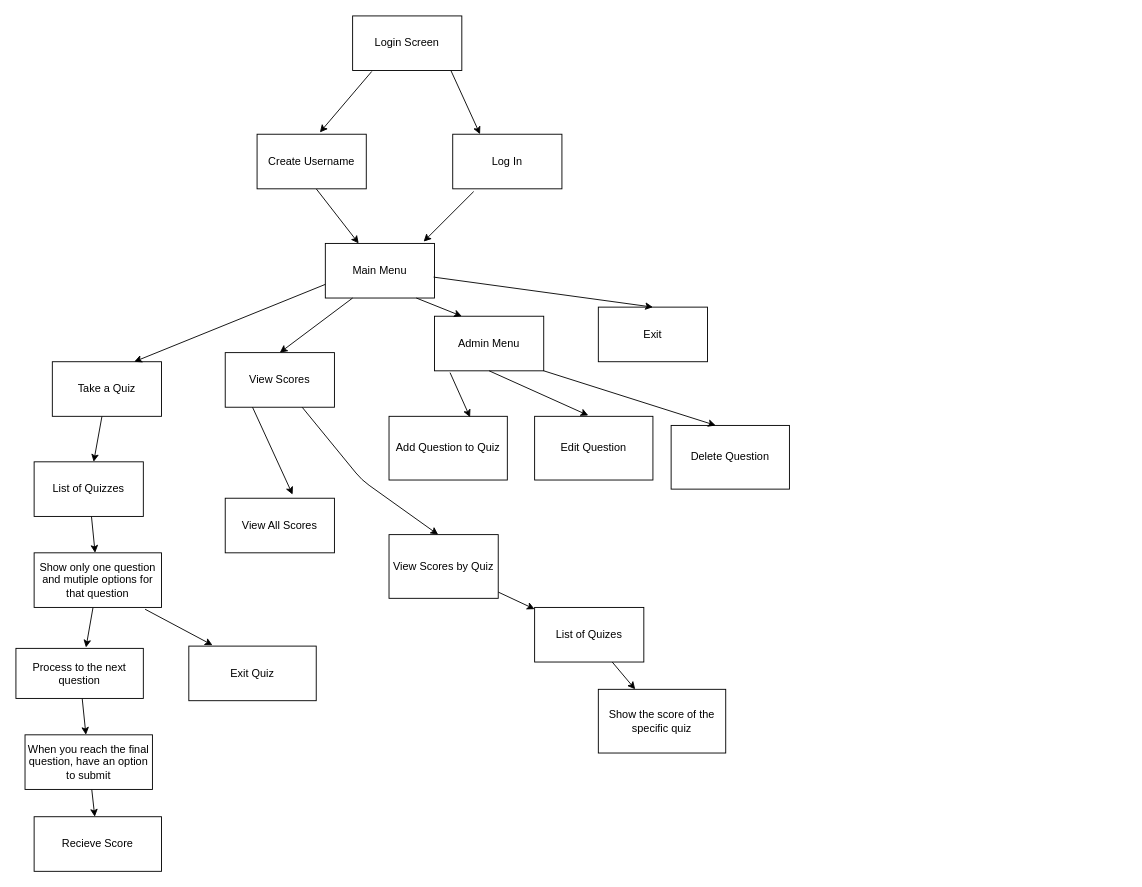
The draw.io diagram Planning/decision-tree.drawio in christopherthai/quiz-sphere, before the edit. Source tidied: cells renumbered, new cells numbered last; positions are measured from the earlier drawing's top-left corner, leaving out a move shared by most shapes. Both pictures are drawn from the tidied source at 91%, with x=0, y=0 at pixel (15, 15).
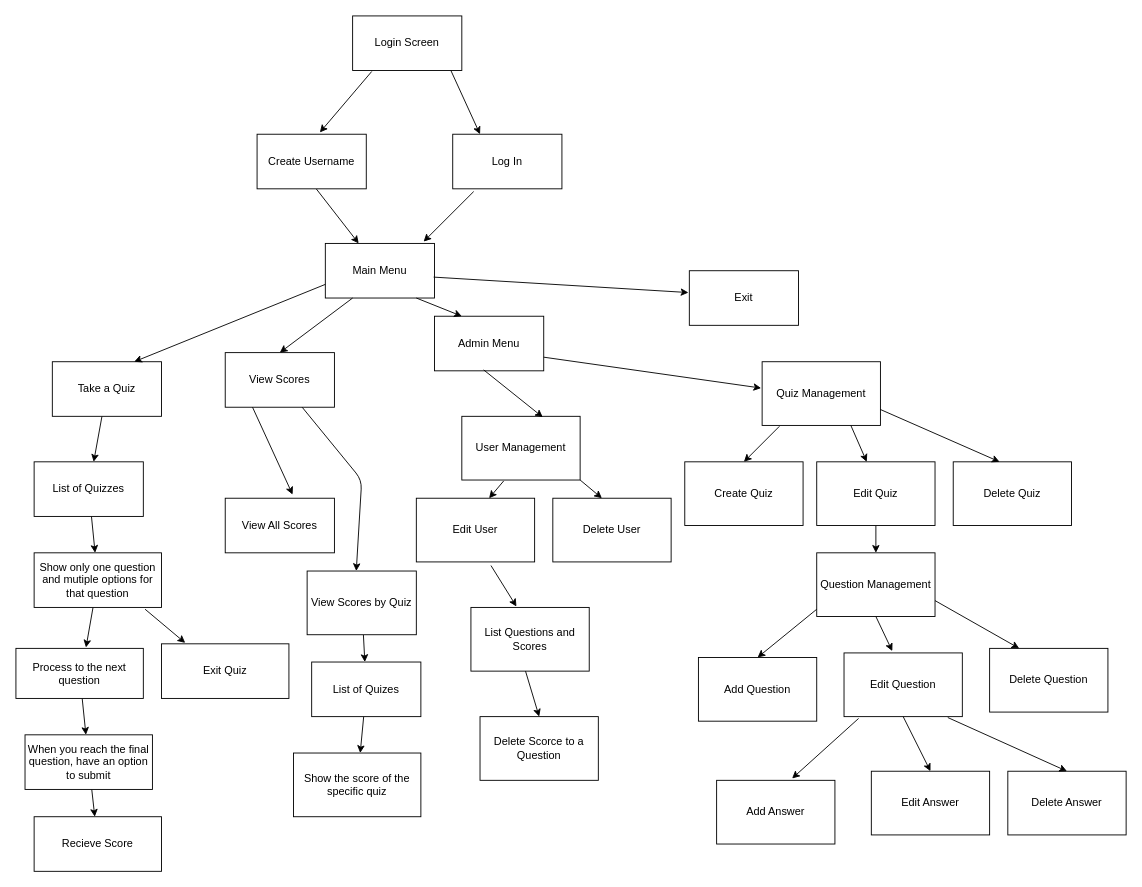
The same page after the edit.

The change refers to these unchanged cells:
```xml
<mxCell id="2" value="Main Menu" style="whiteSpace=wrap;html=1;" parent="1" vertex="1">
  <mxGeometry x="340" y="250" width="120" height="60" as="geometry" />
</mxCell>
<mxCell id="6" value="Admin Menu" style="whiteSpace=wrap;html=1;" parent="1" vertex="1">
  <mxGeometry x="460" y="330" width="120" height="60" as="geometry" />
</mxCell>
```

Change to the diagram source:
```diff
@@
     <mxCell id="9" value="Exit" style="whiteSpace=wrap;html=1;" parent="1" vertex="1">
-      <mxGeometry x="640" y="320" width="120" height="60" as="geometry" />
+      <mxGeometry x="740" y="280" width="120" height="60" as="geometry" />
     </mxCell>
@@
-    <mxCell id="13" style="edgeStyle=none;html=1;entryX=0.5;entryY=0;entryDx=0;entryDy=0;exitX=0.992;exitY=0.617;exitDx=0;exitDy=0;exitPerimeter=0;" parent="1" edge="1" source="2" target="9">
+    <mxCell id="13" style="edgeStyle=none;html=1;entryX=-0.008;entryY=0.4;entryDx=0;entryDy=0;exitX=0.992;exitY=0.617;exitDx=0;exitDy=0;exitPerimeter=0;entryPerimeter=0;" parent="1" edge="1" source="2" target="9">
       <mxGeometry relative="1" as="geometry" />
     </mxCell>
-    <mxCell id="14" value="Add Question to Quiz" style="whiteSpace=wrap;html=1;" parent="1" vertex="1">
-      <mxGeometry x="410" y="440" width="130" height="70" as="geometry" />
+    <mxCell id="14" value="User Management" style="whiteSpace=wrap;html=1;" parent="1" vertex="1">
+      <mxGeometry x="490" y="440" width="130" height="70" as="geometry" />
     </mxCell>
-    <mxCell id="15" value="Edit Question" style="whiteSpace=wrap;html=1;" parent="1" vertex="1">
-      <mxGeometry x="570" y="440" width="130" height="70" as="geometry" />
+    <mxCell id="15" value="Quiz Management" style="whiteSpace=wrap;html=1;" parent="1" vertex="1">
+      <mxGeometry x="820" y="380" width="130" height="70" as="geometry" />
     </mxCell>
-    <mxCell id="16" value="Delete Question" style="whiteSpace=wrap;html=1;" parent="1" vertex="1">
-      <mxGeometry x="720" y="450" width="130" height="70" as="geometry" />
-    </mxCell>
-    <mxCell id="17" style="edgeStyle=none;html=1;entryX=0.454;entryY=-0.014;entryDx=0;entryDy=0;entryPerimeter=0;exitX=0.5;exitY=1;exitDx=0;exitDy=0;" parent="1" edge="1" source="6" target="15">
+    <mxCell id="17" style="edgeStyle=none;html=1;entryX=-0.008;entryY=0.414;entryDx=0;entryDy=0;entryPerimeter=0;exitX=1;exitY=0.75;exitDx=0;exitDy=0;" parent="1" edge="1" source="6" target="15">
       <mxGeometry relative="1" as="geometry" />
     </mxCell>
-    <mxCell id="18" style="edgeStyle=none;html=1;entryX=0.685;entryY=0.014;entryDx=0;entryDy=0;entryPerimeter=0;exitX=0.142;exitY=1.033;exitDx=0;exitDy=0;exitPerimeter=0;" parent="1" edge="1" source="6" target="14">
-      <mxGeometry relative="1" as="geometry" />
+    <mxCell id="18" style="edgeStyle=none;html=1;exitX=0.45;exitY=0.983;exitDx=0;exitDy=0;exitPerimeter=0;" parent="1" edge="1" source="6">
+      <mxGeometry relative="1" as="geometry">
+        <mxPoint x="579" y="441" as="targetPoint" />
+      </mxGeometry>
     </mxCell>
-    <mxCell id="19" style="edgeStyle=none;html=1;entryX=0.377;entryY=0;entryDx=0;entryDy=0;entryPerimeter=0;exitX=1;exitY=1;exitDx=0;exitDy=0;" parent="1" edge="1" source="6" target="16">
-      <mxGeometry relative="1" as="geometry" />
-    </mxCell>
@@
     <mxCell id="21" value="View Scores by Quiz" style="whiteSpace=wrap;html=1;" parent="1" vertex="1">
-      <mxGeometry x="410" y="570" width="120" height="70" as="geometry" />
+      <mxGeometry x="320" y="610" width="120" height="70" as="geometry" />
     </mxCell>
@@
     <mxCell id="26" value="List of Quizes" style="whiteSpace=wrap;html=1;" parent="1" vertex="1">
-      <mxGeometry x="570" y="650" width="120" height="60" as="geometry" />
+      <mxGeometry x="325" y="710" width="120" height="60" as="geometry" />
     </mxCell>
     <mxCell id="27" value="Show the score of the specific quiz" style="whiteSpace=wrap;html=1;" parent="1" vertex="1">
-      <mxGeometry x="640" y="740" width="140" height="70" as="geometry" />
+      <mxGeometry x="305" y="810" width="140" height="70" as="geometry" />
     </mxCell>
@@
     <mxCell id="34" value="Exit Quiz" style="whiteSpace=wrap;html=1;" parent="1" vertex="1">
-      <mxGeometry x="190" y="692.5" width="140" height="60" as="geometry" />
+      <mxGeometry x="160" y="690" width="140" height="60" as="geometry" />
     </mxCell>
@@
+    <mxCell id="44" value="Delete User" style="whiteSpace=wrap;html=1;" parent="1" vertex="1">
+      <mxGeometry x="590" y="530" width="130" height="70" as="geometry" />
+    </mxCell>
+    <mxCell id="45" value="Create Quiz" style="whiteSpace=wrap;html=1;" parent="1" vertex="1">
+      <mxGeometry x="735" y="490" width="130" height="70" as="geometry" />
+    </mxCell>
+    <mxCell id="46" style="edgeStyle=none;html=1;" parent="1" edge="1" source="47" target="52">
+      <mxGeometry relative="1" as="geometry" />
+    </mxCell>
+    <mxCell id="47" value="Edit Quiz" style="whiteSpace=wrap;html=1;" parent="1" vertex="1">
+      <mxGeometry x="880" y="490" width="130" height="70" as="geometry" />
+    </mxCell>
+    <mxCell id="48" value="Delete Quiz" style="whiteSpace=wrap;html=1;" parent="1" vertex="1">
+      <mxGeometry x="1030" y="490" width="130" height="70" as="geometry" />
+    </mxCell>
+    <mxCell id="49" style="edgeStyle=none;html=1;entryX=0.5;entryY=0;entryDx=0;entryDy=0;exitX=0.146;exitY=1.014;exitDx=0;exitDy=0;exitPerimeter=0;" parent="1" edge="1" source="15" target="45">
+      <mxGeometry relative="1" as="geometry" />
+    </mxCell>
+    <mxCell id="50" style="edgeStyle=none;html=1;entryX=0.423;entryY=0;entryDx=0;entryDy=0;exitX=0.75;exitY=1;exitDx=0;exitDy=0;entryPerimeter=0;" parent="1" edge="1" source="15" target="47">
+      <mxGeometry relative="1" as="geometry" />
+    </mxCell>
+    <mxCell id="51" style="edgeStyle=none;html=1;entryX=0.392;entryY=0;entryDx=0;entryDy=0;exitX=1;exitY=0.75;exitDx=0;exitDy=0;entryPerimeter=0;" parent="1" edge="1" source="15" target="48">
+      <mxGeometry relative="1" as="geometry" />
+    </mxCell>
+    <mxCell id="52" value="Question Management" style="whiteSpace=wrap;html=1;" parent="1" vertex="1">
+      <mxGeometry x="880" y="590" width="130" height="70" as="geometry" />
+    </mxCell>
+    <mxCell id="53" value="Add Question" style="whiteSpace=wrap;html=1;" parent="1" vertex="1">
+      <mxGeometry x="750" y="705" width="130" height="70" as="geometry" />
+    </mxCell>
+    <mxCell id="54" value="Edit Question" style="whiteSpace=wrap;html=1;" parent="1" vertex="1">
+      <mxGeometry x="910" y="700" width="130" height="70" as="geometry" />
+    </mxCell>
+    <mxCell id="16" value="Delete Question" style="whiteSpace=wrap;html=1;" parent="1" vertex="1">
+      <mxGeometry x="1070" y="695" width="130" height="70" as="geometry" />
+    </mxCell>
+    <mxCell id="55" style="edgeStyle=none;html=1;entryX=0.5;entryY=0;entryDx=0;entryDy=0;exitX=0;exitY=0.886;exitDx=0;exitDy=0;exitPerimeter=0;" parent="1" edge="1" source="52" target="53">
+      <mxGeometry relative="1" as="geometry" />
+    </mxCell>
+    <mxCell id="56" style="edgeStyle=none;html=1;entryX=0.408;entryY=-0.029;entryDx=0;entryDy=0;exitX=0.5;exitY=1;exitDx=0;exitDy=0;entryPerimeter=0;" parent="1" edge="1" source="52" target="54">
+      <mxGeometry relative="1" as="geometry" />
+    </mxCell>
+    <mxCell id="57" style="edgeStyle=none;html=1;entryX=0.25;entryY=0;entryDx=0;entryDy=0;exitX=1;exitY=0.75;exitDx=0;exitDy=0;" parent="1" edge="1" source="52" target="16">
+      <mxGeometry relative="1" as="geometry" />
+    </mxCell>
+    <mxCell id="58" value="Edit User" style="whiteSpace=wrap;html=1;" parent="1" vertex="1">
+      <mxGeometry x="440" y="530" width="130" height="70" as="geometry" />
+    </mxCell>
+    <mxCell id="59" style="edgeStyle=none;html=1;exitX=1;exitY=1;exitDx=0;exitDy=0;entryX=0.415;entryY=0;entryDx=0;entryDy=0;entryPerimeter=0;" parent="1" edge="1" source="14" target="44">
+      <mxGeometry relative="1" as="geometry" />
+    </mxCell>
+    <mxCell id="60" style="edgeStyle=none;html=1;exitX=0.354;exitY=1.014;exitDx=0;exitDy=0;entryX=0.615;entryY=0;entryDx=0;entryDy=0;entryPerimeter=0;exitPerimeter=0;" parent="1" edge="1" source="14" target="58">
+      <mxGeometry relative="1" as="geometry" />
+    </mxCell>
+    <mxCell id="61" value="List Questions and Scores" style="whiteSpace=wrap;html=1;" parent="1" vertex="1">
+      <mxGeometry x="500" y="650" width="130" height="70" as="geometry" />
+    </mxCell>
+    <mxCell id="62" value="Add Answer" style="whiteSpace=wrap;html=1;" parent="1" vertex="1">
+      <mxGeometry x="770" y="840" width="130" height="70" as="geometry" />
+    </mxCell>
+    <mxCell id="63" value="Edit Answer" style="whiteSpace=wrap;html=1;" parent="1" vertex="1">
+      <mxGeometry x="940" y="830" width="130" height="70" as="geometry" />
+    </mxCell>
+    <mxCell id="64" value="Delete Answer" style="whiteSpace=wrap;html=1;" parent="1" vertex="1">
+      <mxGeometry x="1090" y="830" width="130" height="70" as="geometry" />
+    </mxCell>
+    <mxCell id="65" style="edgeStyle=none;html=1;entryX=0.5;entryY=0;entryDx=0;entryDy=0;exitX=0.5;exitY=1;exitDx=0;exitDy=0;" parent="1" edge="1" source="54" target="63">
+      <mxGeometry relative="1" as="geometry" />
+    </mxCell>
+    <mxCell id="66" style="edgeStyle=none;html=1;entryX=0.5;entryY=0;entryDx=0;entryDy=0;exitX=0.877;exitY=1.014;exitDx=0;exitDy=0;exitPerimeter=0;" parent="1" edge="1" source="54" target="64">
+      <mxGeometry relative="1" as="geometry" />
+    </mxCell>
+    <mxCell id="67" style="edgeStyle=none;html=1;entryX=0.638;entryY=-0.029;entryDx=0;entryDy=0;exitX=0.123;exitY=1.029;exitDx=0;exitDy=0;entryPerimeter=0;exitPerimeter=0;" parent="1" edge="1" source="54" target="62">
+      <mxGeometry relative="1" as="geometry" />
+    </mxCell>
+    <mxCell id="68" style="edgeStyle=none;html=1;exitX=0.631;exitY=1.057;exitDx=0;exitDy=0;entryX=0.385;entryY=-0.014;entryDx=0;entryDy=0;entryPerimeter=0;exitPerimeter=0;" parent="1" edge="1" source="58" target="61">
+      <mxGeometry relative="1" as="geometry" />
+    </mxCell>
+    <mxCell id="69" value="Delete Scorce to a Question" style="whiteSpace=wrap;html=1;" parent="1" vertex="1">
+      <mxGeometry x="510" y="770" width="130" height="70" as="geometry" />
+    </mxCell>
+    <mxCell id="70" style="edgeStyle=none;html=1;entryX=0.5;entryY=0;entryDx=0;entryDy=0;" parent="1" edge="1" target="69">
+      <mxGeometry relative="1" as="geometry">
+        <mxPoint x="560" y="720" as="sourcePoint" />
+      </mxGeometry>
+    </mxCell>
```
